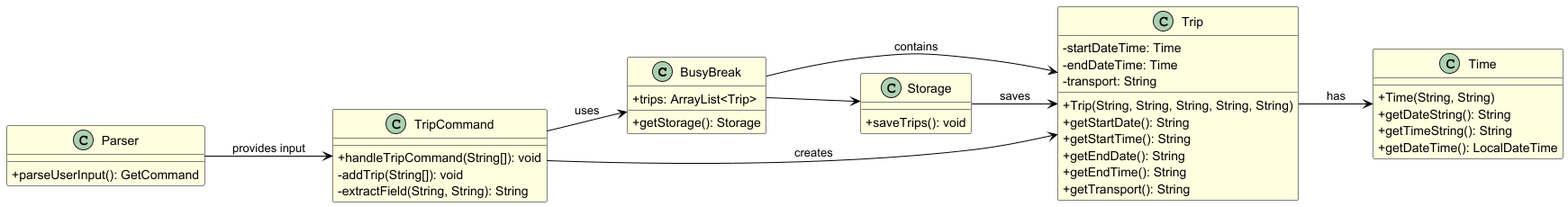
The PlantUML diagram docs/diagrams/AddTripClassDiagram.png in AY2526S1-CS2113-W13-4/tp, before a commit.
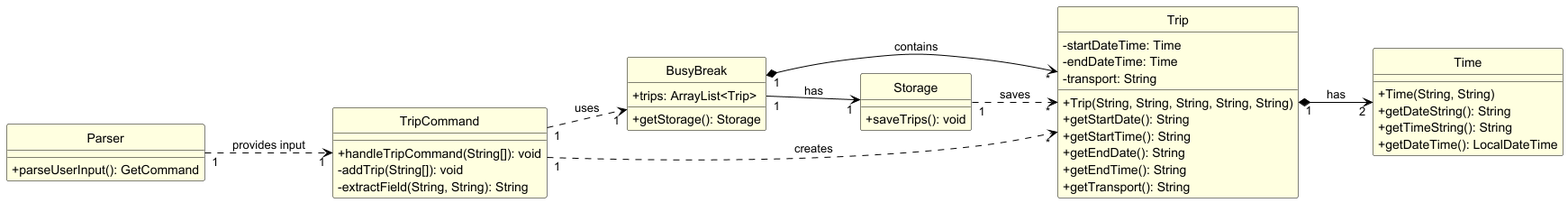
The same diagram one commit later.

Commit message:
Diagram Adjustment

Diff of the diagram source:
```diff
@@ -1,6 +1,6 @@
 @startuml
 left to right direction
-
+hide circle
 skinparam classAttributeIconSize 0
 skinparam class {
     BackgroundColor LIGHTYELLOW
@@ -46,11 +46,12 @@
   + parseUserInput(): GetCommand
 }
 
-BusyBreak --> Trip : contains
-BusyBreak --> Storage
-TripCommand --> BusyBreak : uses
-TripCommand --> Trip : creates
-Trip --> Time : has
-Parser --> TripCommand : provides input
-Storage --> Trip : saves
+BusyBreak "1" *--> "*" Trip : contains
+BusyBreak "1" --> "1" Storage : has
+TripCommand "1" ..> "1" BusyBreak : uses
+TripCommand "1" ..> "*" Trip : creates
+Trip "1" *--> "2" Time : has
+Parser "1" ..> "1" TripCommand : provides input
+Storage "1" ..> "*" Trip : saves
+
 @enduml
```
